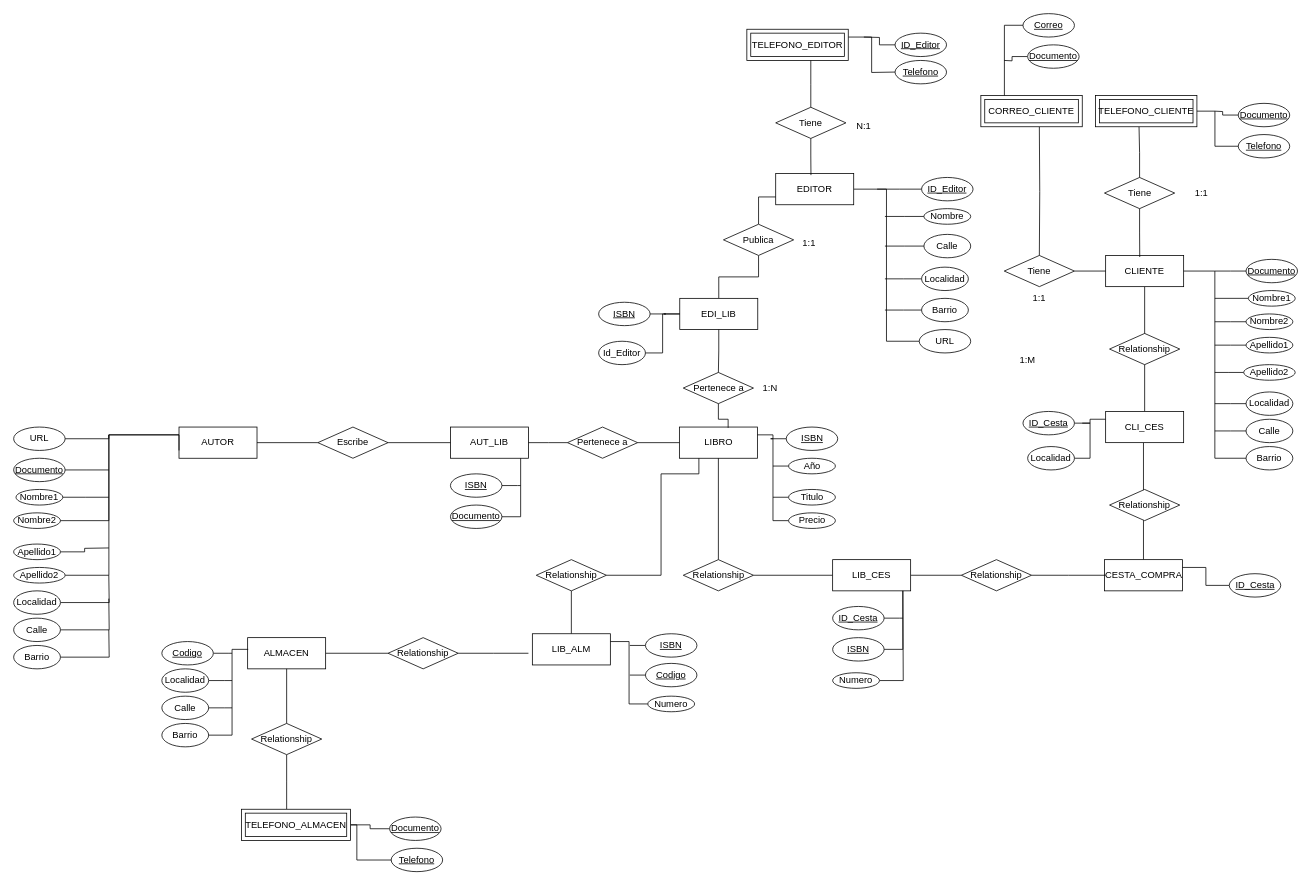
jcabarcasr/Investigaciones-DB1-DB2 keeps this draw.io diagram as Modelado/Taller1-BDD1.drawio. Above is the earlier version. Source tidied: cells renumbered, new cells numbered last; positions are measured from the earlier drawing's top-left corner, leaving out a move shared by most shapes. Both pictures are drawn from the tidied source at 78%, with x=0, y=0 at pixel (13, 13).
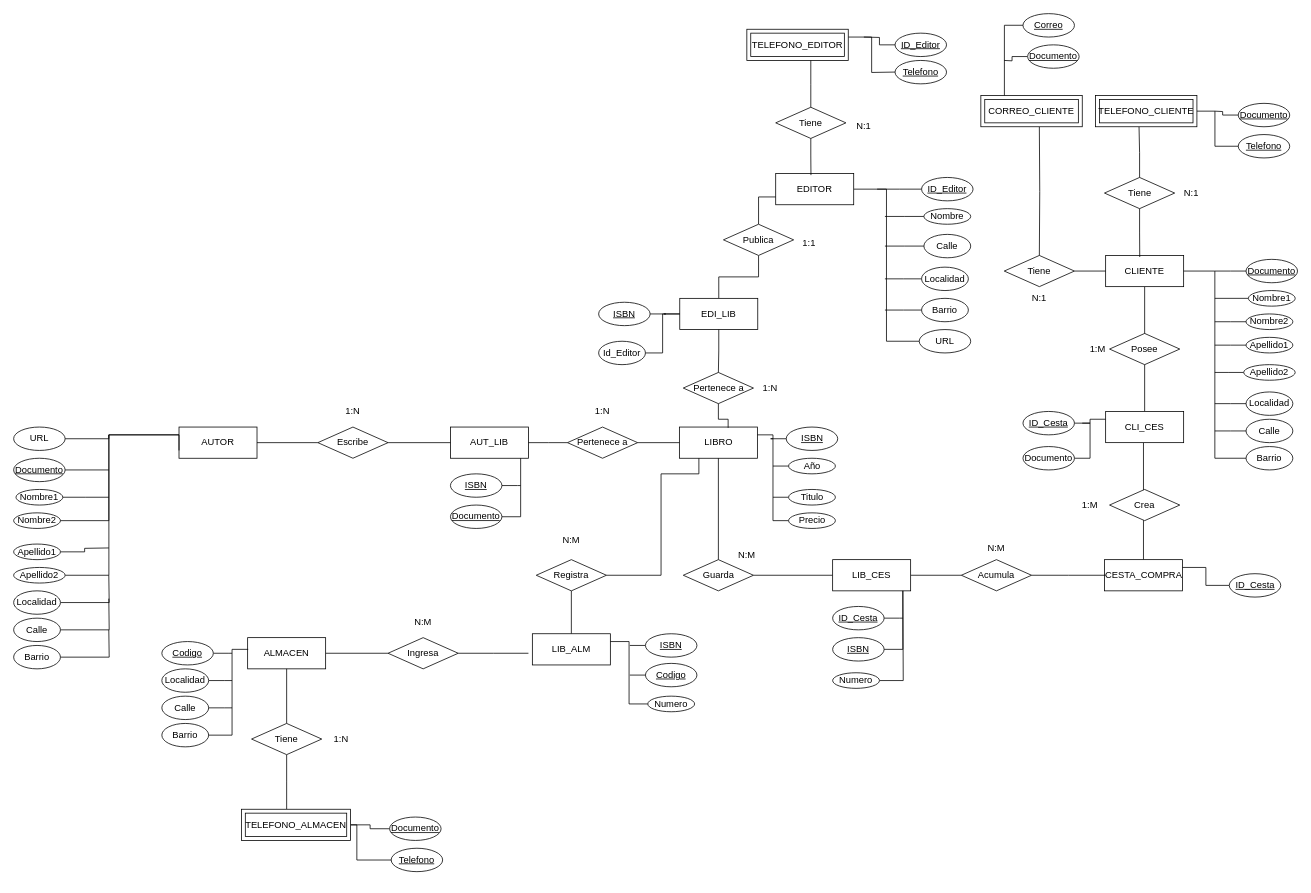
Above is the later version.

The change refers to these unchanged cells:
```xml
<mxCell id="99" style="group;" parent="1" vertex="1">
  <mxGeometry x="1400" y="310" width="246" height="275" as="geometry" />
</mxCell>
```

Change to the diagram source:
```diff
@@
-    <mxCell id="77" value="Relationship" style="shape=rhombus;perimeter=rhombusPerimeter;whiteSpace=wrap;html=1;align=center;" parent="1" vertex="1">
+    <mxCell id="77" value="Guarda" style="shape=rhombus;perimeter=rhombusPerimeter;whiteSpace=wrap;html=1;align=center;" parent="1" vertex="1">
       <mxGeometry x="858.5" y="700" width="90" height="40" as="geometry" />
     </mxCell>
@@
-    <mxCell id="90" value="Relationship" style="shape=rhombus;perimeter=rhombusPerimeter;whiteSpace=wrap;html=1;align=center;" parent="1" vertex="1">
+    <mxCell id="90" value="Acumula" style="shape=rhombus;perimeter=rhombusPerimeter;whiteSpace=wrap;html=1;align=center;" parent="1" vertex="1">
       <mxGeometry x="1215" y="700" width="90" height="40" as="geometry" />
     </mxCell>
@@
-    <mxCell id="119" value="Relationship" style="shape=rhombus;perimeter=rhombusPerimeter;whiteSpace=wrap;html=1;align=center;" parent="99" vertex="1">
+    <mxCell id="119" value="Posee" style="shape=rhombus;perimeter=rhombusPerimeter;whiteSpace=wrap;html=1;align=center;" parent="99" vertex="1">
       <mxGeometry x="5" y="100" width="90" height="40" as="geometry" />
     </mxCell>
@@
-    <mxCell id="128" value="Relationship" style="shape=rhombus;perimeter=rhombusPerimeter;whiteSpace=wrap;html=1;align=center;" parent="1" vertex="1">
+    <mxCell id="128" value="Registra" style="shape=rhombus;perimeter=rhombusPerimeter;whiteSpace=wrap;html=1;align=center;" parent="1" vertex="1">
       <mxGeometry x="670" y="700" width="90" height="40" as="geometry" />
     </mxCell>
@@
-    <mxCell id="139" value="Relationship" style="shape=rhombus;perimeter=rhombusPerimeter;whiteSpace=wrap;html=1;align=center;" parent="1" vertex="1">
+    <mxCell id="139" value="Ingresa" style="shape=rhombus;perimeter=rhombusPerimeter;whiteSpace=wrap;html=1;align=center;" parent="1" vertex="1">
       <mxGeometry x="480" y="800" width="90" height="40" as="geometry" />
     </mxCell>
@@
-    <mxCell id="156" value="Relationship" style="shape=rhombus;perimeter=rhombusPerimeter;whiteSpace=wrap;html=1;align=center;" parent="1" vertex="1">
+    <mxCell id="156" value="Tiene" style="shape=rhombus;perimeter=rhombusPerimeter;whiteSpace=wrap;html=1;align=center;" parent="1" vertex="1">
       <mxGeometry x="305" y="910" width="90" height="40" as="geometry" />
     </mxCell>
@@
-    <mxCell id="170" value="1:1" style="text;html=1;whiteSpace=wrap;strokeColor=none;fillColor=none;align=center;verticalAlign=middle;rounded=0;" parent="1" vertex="1">
-      <mxGeometry x="1493" y="215" width="60" height="30" as="geometry" />
-    </mxCell>
-    <mxCell id="171" value="1:1" style="text;html=1;whiteSpace=wrap;strokeColor=none;fillColor=none;align=center;verticalAlign=middle;rounded=0;" parent="1" vertex="1">
+    <mxCell id="171" value="N:1" style="text;html=1;whiteSpace=wrap;strokeColor=none;fillColor=none;align=center;verticalAlign=middle;rounded=0;" parent="1" vertex="1">
       <mxGeometry x="1285" y="350" width="60" height="30" as="geometry" />
     </mxCell>
     <mxCell id="172" value="1:M" style="text;html=1;whiteSpace=wrap;strokeColor=none;fillColor=none;align=center;verticalAlign=middle;rounded=0;" parent="1" vertex="1">
-      <mxGeometry x="1270" y="430" width="60" height="30" as="geometry" />
+      <mxGeometry x="1360" y="415" width="60" height="30" as="geometry" />
     </mxCell>
@@
-    <mxCell id="176" value="Localidad" style="ellipse;whiteSpace=wrap;html=1;align=center;" parent="1" vertex="1">
-      <mxGeometry x="1300" y="555" width="60" height="30" as="geometry" />
+    <mxCell id="176" value="Documento" style="ellipse;whiteSpace=wrap;html=1;align=center;" parent="1" vertex="1">
+      <mxGeometry x="1294" y="555" width="66" height="30" as="geometry" />
     </mxCell>
-    <mxCell id="177" value="Relationship" style="shape=rhombus;perimeter=rhombusPerimeter;whiteSpace=wrap;html=1;align=center;" parent="1" vertex="1">
+    <mxCell id="177" value="Crea" style="shape=rhombus;perimeter=rhombusPerimeter;whiteSpace=wrap;html=1;align=center;" parent="1" vertex="1">
       <mxGeometry x="1405" y="610" width="90" height="40" as="geometry" />
     </mxCell>
+    <mxCell id="178" value="1:N" style="text;html=1;whiteSpace=wrap;strokeColor=none;fillColor=none;align=center;verticalAlign=middle;rounded=0;" parent="1" vertex="1">
+      <mxGeometry x="725" y="495" width="60" height="30" as="geometry" />
+    </mxCell>
+    <mxCell id="179" value="1:N" style="text;html=1;whiteSpace=wrap;strokeColor=none;fillColor=none;align=center;verticalAlign=middle;rounded=0;" parent="1" vertex="1">
+      <mxGeometry x="405" y="495" width="60" height="30" as="geometry" />
+    </mxCell>
+    <mxCell id="180" value="N:M" style="text;html=1;whiteSpace=wrap;strokeColor=none;fillColor=none;align=center;verticalAlign=middle;rounded=0;" parent="1" vertex="1">
+      <mxGeometry x="685" y="660" width="60" height="30" as="geometry" />
+    </mxCell>
+    <mxCell id="181" value="N:M" style="text;html=1;whiteSpace=wrap;strokeColor=none;fillColor=none;align=center;verticalAlign=middle;rounded=0;" parent="1" vertex="1">
+      <mxGeometry x="495" y="765" width="60" height="30" as="geometry" />
+    </mxCell>
+    <mxCell id="182" value="1:N" style="text;html=1;whiteSpace=wrap;strokeColor=none;fillColor=none;align=center;verticalAlign=middle;rounded=0;" parent="1" vertex="1">
+      <mxGeometry x="390" y="915" width="60" height="30" as="geometry" />
+    </mxCell>
+    <mxCell id="183" value="N:M" style="text;html=1;whiteSpace=wrap;strokeColor=none;fillColor=none;align=center;verticalAlign=middle;rounded=0;" parent="1" vertex="1">
+      <mxGeometry x="910" y="680" width="60" height="30" as="geometry" />
+    </mxCell>
+    <mxCell id="184" value="N:M" style="text;html=1;whiteSpace=wrap;strokeColor=none;fillColor=none;align=center;verticalAlign=middle;rounded=0;" parent="1" vertex="1">
+      <mxGeometry x="1230" y="670" width="60" height="30" as="geometry" />
+    </mxCell>
+    <mxCell id="185" value="1:M" style="text;html=1;whiteSpace=wrap;strokeColor=none;fillColor=none;align=center;verticalAlign=middle;rounded=0;" parent="1" vertex="1">
+      <mxGeometry x="1350" y="615" width="60" height="30" as="geometry" />
+    </mxCell>
+    <mxCell id="186" value="N:1" style="text;html=1;whiteSpace=wrap;strokeColor=none;fillColor=none;align=center;verticalAlign=middle;rounded=0;" parent="1" vertex="1">
+      <mxGeometry x="1480" y="215" width="60" height="30" as="geometry" />
+    </mxCell>
```
